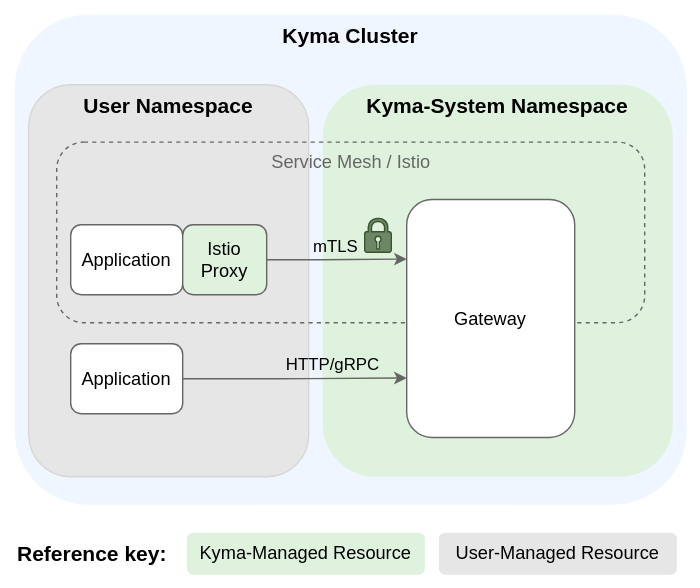
The draw.io diagram docs/user/assets/istio-input.drawio.svg in kyma-project/telemetry-manager, before a commit. Source tidied: cells renumbered, new cells last; positions are measured from the earlier drawing's top-left corner, leaving out a move shared by most shapes.
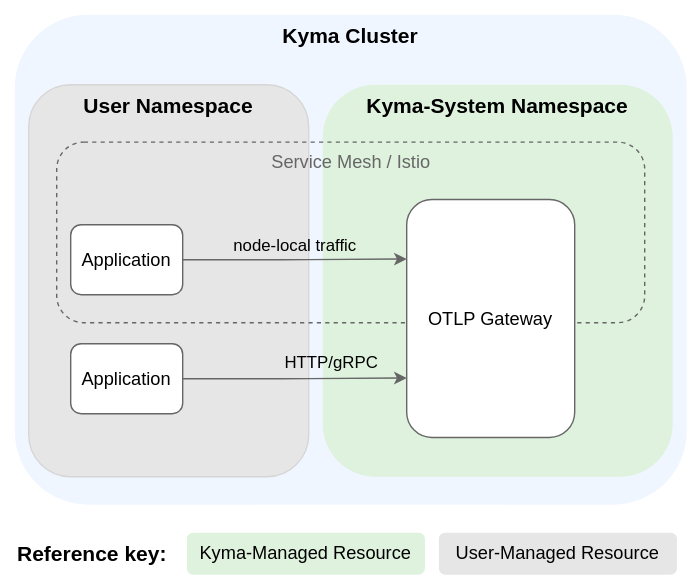
The same file after the commit.

Change to the diagram source:
```diff
@@ -28,10 +28,7 @@
     <mxCell id="9" value="&lt;font style=&quot;font-size: 13px;&quot;&gt;Application&lt;/font&gt;" style="rounded=1;whiteSpace=wrap;html=1;fillColor=#FFFFFF;strokeColor=#666666;fontColor=#000000;fontSize=13;" parent="1" vertex="1">
       <mxGeometry x="50" y="160" width="80" height="50" as="geometry" />
     </mxCell>
-    <mxCell id="10" value="&lt;font style=&quot;font-size: 13px;&quot;&gt;Istio&lt;br&gt;Proxy&lt;/font&gt;" style="rounded=1;whiteSpace=wrap;html=1;fontSize=13;fillColor=#def2dd;strokeColor=#666666;fontColor=#000000;align=center;" parent="1" vertex="1">
-      <mxGeometry x="130" y="160" width="60" height="50" as="geometry" />
-    </mxCell>
-    <mxCell id="11" value="Gateway" style="rounded=1;whiteSpace=wrap;html=1;fontSize=13;strokeColor=#666666;fillColor=#FFFFFF;" parent="1" vertex="1">
+    <mxCell id="11" value="OTLP Gateway" style="rounded=1;whiteSpace=wrap;html=1;fontSize=13;strokeColor=#666666;fillColor=#FFFFFF;" parent="1" vertex="1">
       <mxGeometry x="290" y="142" width="120" height="170" as="geometry" />
     </mxCell>
     <mxCell id="12" value="&lt;font style=&quot;font-size: 15px;&quot;&gt;&lt;b&gt;Reference key:&lt;/b&gt;&lt;/font&gt;" style="text;html=1;align=center;verticalAlign=middle;strokeColor=none;fillColor=#FFFFFF;fontColor=#000000;" parent="1" vertex="1">
@@ -43,17 +40,14 @@
     <mxCell id="14" value="&lt;font style=&quot;font-size: 13px;&quot;&gt;Application&lt;/font&gt;" style="rounded=1;whiteSpace=wrap;html=1;fillColor=#FFFFFF;strokeColor=#666666;fontColor=#000000;fontSize=13;" parent="1" vertex="1">
       <mxGeometry x="50" y="245" width="80" height="50" as="geometry" />
     </mxCell>
-    <mxCell id="15" style="edgeStyle=orthogonalEdgeStyle;rounded=1;jettySize=auto;html=1;entryX=0;entryY=0.25;entryDx=0;entryDy=0;strokeColor=#666666;exitX=1;exitY=0.5;exitDx=0;exitDy=0;" parent="1" edge="1" source="10" target="11">
+    <mxCell id="15" style="edgeStyle=orthogonalEdgeStyle;rounded=1;jettySize=auto;html=1;entryX=0;entryY=0.25;entryDx=0;entryDy=0;strokeColor=#666666;exitX=1;exitY=0.5;exitDx=0;exitDy=0;" parent="1" edge="1" source="9" target="11">
       <mxGeometry relative="1" as="geometry" />
     </mxCell>
-    <mxCell id="16" value="mTLS" style="edgeLabel;html=1;align=center;verticalAlign=middle;labelBackgroundColor=none;fontSize=12;fontColor=#000000;" parent="15" vertex="1">
+    <mxCell id="16" value="node-local traffic" style="edgeLabel;html=1;align=center;verticalAlign=middle;labelBackgroundColor=none;fontSize=12;fontColor=#000000;" parent="15" vertex="1">
       <mxGeometry x="-0.39" y="-4" relative="1" as="geometry">
-        <mxPoint x="17" y="-14" as="offset" />
+        <mxPoint x="31" y="-14" as="offset" />
       </mxGeometry>
     </mxCell>
-    <mxCell id="17" style="sketch=0;shadow=0;dashed=0;html=1;strokeColor=#3A5431;labelPosition=center;verticalLabelPosition=bottom;verticalAlign=top;align=center;fillColor=#6d8764;shape=mxgraph.mscae.enterprise.lock;fontColor=#ffffff;" parent="1" vertex="1">
-      <mxGeometry x="260" y="155.3" width="19" height="24.4" as="geometry" />
-    </mxCell>
     <mxCell id="18" value="&lt;span style=&quot;color: rgb(0, 0, 0); font-family: Helvetica; font-size: 13px; font-style: normal; font-variant-ligatures: normal; font-variant-caps: normal; font-weight: 400; letter-spacing: normal; orphans: 2; text-indent: 0px; text-transform: none; widows: 2; word-spacing: 0px; -webkit-text-stroke-width: 0px; text-decoration-thickness: initial; text-decoration-style: initial; text-decoration-color: initial; float: none; display: inline !important;&quot;&gt;Kyma-Managed Resource&lt;/span&gt;" style="text;whiteSpace=wrap;html=1;strokeColor=none;rounded=1;fillColor=#def2dd;align=center;" parent="1" vertex="1">
       <mxGeometry x="133" y="380" width="170" height="30" as="geometry" />
     </mxCell>
```
